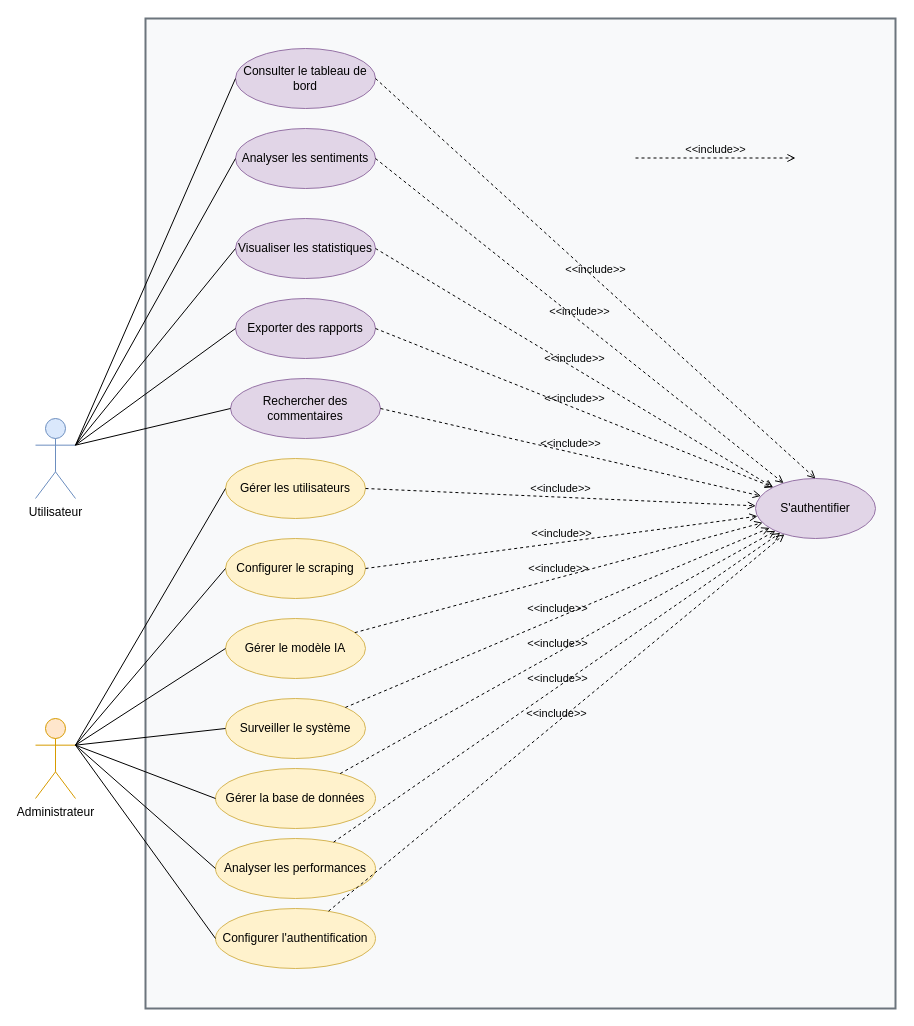
Earlier version of the draw.io diagram drawio/usecase.drawio (adilonam/latex-sentiment). Source tidied: cells renumbered, new cells numbered last; positions are measured from the earlier drawing's top-left corner, leaving out a move shared by most shapes. Both pictures are drawn from the tidied source at 100%, with x=0, y=0 at pixel (35, 18).
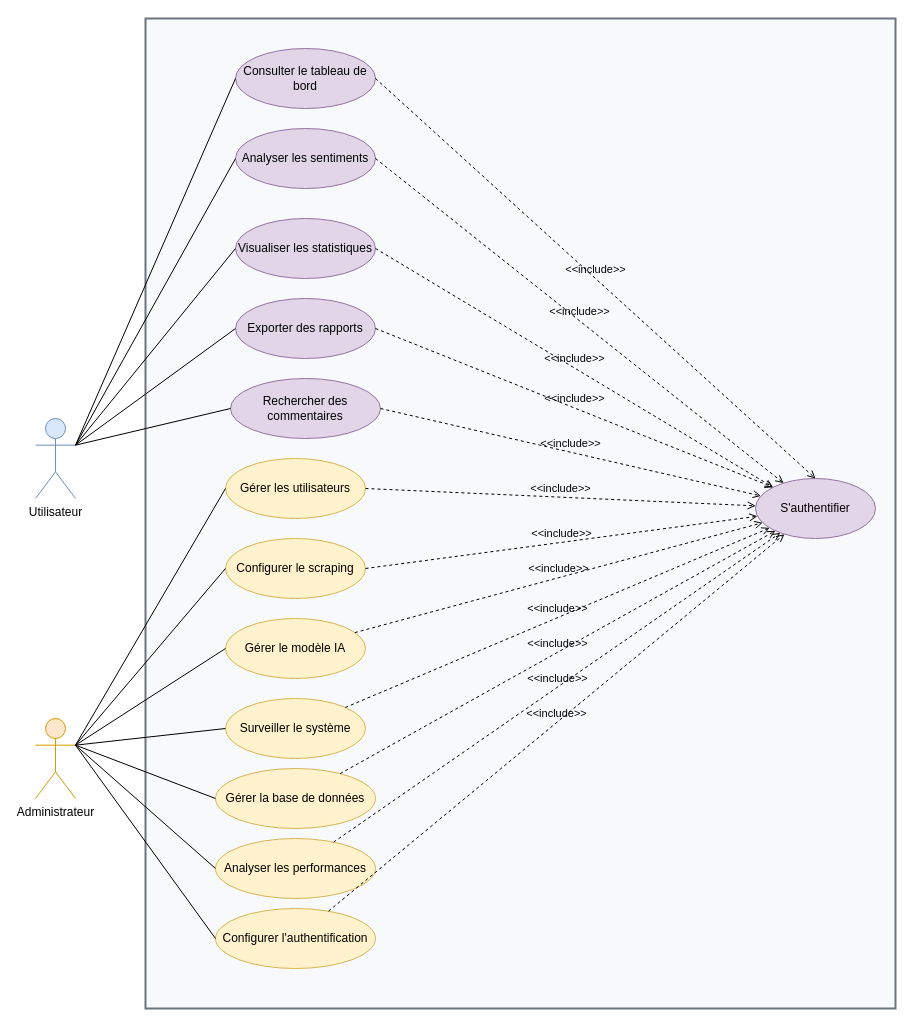
After the change.

What changed in the source:
```diff
@@
-    <mxCell id="22" value="&amp;lt;&amp;lt;include&amp;gt;&amp;gt;" style="html=1;verticalAlign=bottom;labelBackgroundColor=none;endArrow=open;endFill=0;dashed=1;" parent="1" edge="1">
-      <mxGeometry relative="1" as="geometry">
-        <mxPoint x="600" y="139.5" as="sourcePoint" />
-        <mxPoint x="760" y="139.5" as="targetPoint" />
-      </mxGeometry>
-    </mxCell>
```
